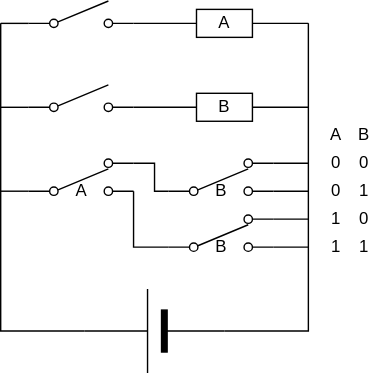
Earlier version of the draw.io export Lab/Computer/RelayComputer/Day3_RelayLogic/img/MUX.dio.svg (amane-uehara/kanade-k-1228.github.io). Source tidied: cells renumbered, new cells last; positions are measured from the earlier drawing's top-left corner, leaving out a move shared by most shapes.
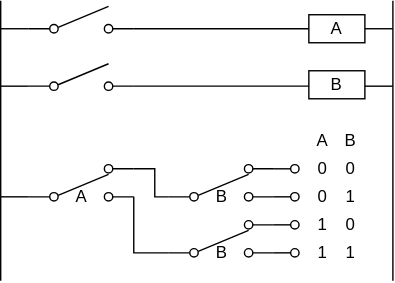
Above is the later version.

What changed in the source:
```diff
@@ -3,33 +3,14 @@
     <mxCell id="0" />
     <mxCell id="1" parent="0" />
     <mxCell id="2" value="A" style="rounded=0;whiteSpace=wrap;html=1;" parent="1" vertex="1">
-      <mxGeometry x="140" y="6" width="40" height="20" as="geometry" />
+      <mxGeometry x="220" y="6" width="40" height="20" as="geometry" />
     </mxCell>
     <mxCell id="3" style="verticalLabelPosition=bottom;shadow=0;dashed=0;align=center;html=1;verticalAlign=top;shape=mxgraph.electrical.electro-mechanical.2-way_switch;direction=east;" parent="1" vertex="1">
       <mxGeometry x="20" y="113" width="75" height="26" as="geometry" />
     </mxCell>
-    <mxCell id="4" style="endArrow=none;html=1;exitX=0;exitY=0.5;exitDx=0;exitDy=0;exitPerimeter=0;rounded=0;" parent="1" edge="1" source="7">
-      <mxGeometry relative="1" as="geometry">
-        <mxPoint x="220" y="16" as="targetPoint" />
-        <Array as="points">
-          <mxPoint x="220" y="236" />
-        </Array>
-      </mxGeometry>
-    </mxCell>
     <mxCell id="5" value="B" style="rounded=0;whiteSpace=wrap;html=1;" parent="1" vertex="1">
-      <mxGeometry x="140" y="66" width="40" height="20" as="geometry" />
+      <mxGeometry x="220" y="46" width="40" height="20" as="geometry" />
     </mxCell>
-    <mxCell id="6" style="endArrow=none;html=1;exitX=1;exitY=0.5;exitDx=0;exitDy=0;exitPerimeter=0;rounded=0;" parent="1" edge="1" source="7">
-      <mxGeometry relative="1" as="geometry">
-        <mxPoint y="16" as="targetPoint" />
-        <Array as="points">
-          <mxPoint y="236" />
-        </Array>
-      </mxGeometry>
-    </mxCell>
-    <mxCell id="7" style="verticalLabelPosition=bottom;shadow=0;dashed=0;align=center;fillColor=#000000;html=1;verticalAlign=top;strokeWidth=1;shape=mxgraph.electrical.miscellaneous.monocell_battery;direction=west;" parent="1" vertex="1">
-      <mxGeometry x="60" y="206" width="100" height="60" as="geometry" />
-    </mxCell>
     <mxCell id="8" value="A" style="text;html=1;strokeColor=none;fillColor=none;align=center;verticalAlign=middle;whiteSpace=wrap;rounded=0;" parent="1" vertex="1">
       <mxGeometry x="48" y="126" width="20" height="20" as="geometry" />
     </mxCell>
@@ -37,37 +18,37 @@
       <mxGeometry x="20" width="75" height="19" as="geometry" />
     </mxCell>
     <mxCell id="10" value="A" style="text;html=1;strokeColor=none;fillColor=none;align=center;verticalAlign=middle;whiteSpace=wrap;rounded=0;" parent="1" vertex="1">
-      <mxGeometry x="230" y="86" width="20" height="20" as="geometry" />
+      <mxGeometry x="220" y="86" width="20" height="20" as="geometry" />
     </mxCell>
     <mxCell id="11" value="B" style="text;html=1;strokeColor=none;fillColor=none;align=center;verticalAlign=middle;whiteSpace=wrap;rounded=0;" parent="1" vertex="1">
-      <mxGeometry x="250" y="86" width="20" height="20" as="geometry" />
+      <mxGeometry x="240" y="86" width="20" height="20" as="geometry" />
     </mxCell>
     <mxCell id="12" value="1" style="text;html=1;strokeColor=none;fillColor=none;align=center;verticalAlign=middle;whiteSpace=wrap;rounded=0;" parent="1" vertex="1">
-      <mxGeometry x="230" y="166" width="20" height="20" as="geometry" />
+      <mxGeometry x="220" y="166" width="20" height="20" as="geometry" />
     </mxCell>
     <mxCell id="13" value="1" style="text;html=1;strokeColor=none;fillColor=none;align=center;verticalAlign=middle;whiteSpace=wrap;rounded=0;" parent="1" vertex="1">
-      <mxGeometry x="250" y="126" width="20" height="20" as="geometry" />
+      <mxGeometry x="240" y="126" width="20" height="20" as="geometry" />
     </mxCell>
     <mxCell id="14" value="0" style="text;html=1;strokeColor=none;fillColor=none;align=center;verticalAlign=middle;whiteSpace=wrap;rounded=0;" parent="1" vertex="1">
-      <mxGeometry x="250" y="146" width="20" height="20" as="geometry" />
+      <mxGeometry x="240" y="146" width="20" height="20" as="geometry" />
     </mxCell>
     <mxCell id="15" value="0" style="text;html=1;strokeColor=none;fillColor=none;align=center;verticalAlign=middle;whiteSpace=wrap;rounded=0;" parent="1" vertex="1">
-      <mxGeometry x="250" y="106" width="20" height="20" as="geometry" />
+      <mxGeometry x="240" y="106" width="20" height="20" as="geometry" />
     </mxCell>
     <mxCell id="16" value="1" style="text;html=1;strokeColor=none;fillColor=none;align=center;verticalAlign=middle;whiteSpace=wrap;rounded=0;" parent="1" vertex="1">
-      <mxGeometry x="250" y="166" width="20" height="20" as="geometry" />
+      <mxGeometry x="240" y="166" width="20" height="20" as="geometry" />
     </mxCell>
     <mxCell id="17" value="1" style="text;html=1;strokeColor=none;fillColor=none;align=center;verticalAlign=middle;whiteSpace=wrap;rounded=0;" parent="1" vertex="1">
-      <mxGeometry x="230" y="146" width="20" height="20" as="geometry" />
+      <mxGeometry x="220" y="146" width="20" height="20" as="geometry" />
     </mxCell>
     <mxCell id="18" value="0" style="text;html=1;strokeColor=none;fillColor=none;align=center;verticalAlign=middle;whiteSpace=wrap;rounded=0;" parent="1" vertex="1">
-      <mxGeometry x="230" y="126" width="20" height="20" as="geometry" />
+      <mxGeometry x="220" y="126" width="20" height="20" as="geometry" />
     </mxCell>
     <mxCell id="19" value="0" style="text;html=1;strokeColor=none;fillColor=none;align=center;verticalAlign=middle;whiteSpace=wrap;rounded=0;" parent="1" vertex="1">
-      <mxGeometry x="230" y="106" width="20" height="20" as="geometry" />
+      <mxGeometry x="220" y="106" width="20" height="20" as="geometry" />
     </mxCell>
     <mxCell id="20" style="verticalLabelPosition=bottom;shadow=0;dashed=0;align=center;html=1;verticalAlign=top;shape=mxgraph.electrical.electro-mechanical.simple_switch;direction=east;" parent="1" vertex="1">
-      <mxGeometry x="20" y="60" width="75" height="19" as="geometry" />
+      <mxGeometry x="20" y="41" width="75" height="19" as="geometry" />
     </mxCell>
     <mxCell id="21" style="verticalLabelPosition=bottom;shadow=0;dashed=0;align=center;html=1;verticalAlign=top;shape=mxgraph.electrical.electro-mechanical.2-way_switch;direction=east;" parent="1" vertex="1">
       <mxGeometry x="120" y="153" width="75" height="26" as="geometry" />
@@ -89,8 +70,8 @@
     </mxCell>
     <mxCell id="26" style="endArrow=none;html=1;" parent="1" edge="1">
       <mxGeometry relative="1" as="geometry">
-        <mxPoint y="76" as="sourcePoint" />
-        <mxPoint x="20" y="76" as="targetPoint" />
+        <mxPoint y="57" as="sourcePoint" />
+        <mxPoint x="20" y="57" as="targetPoint" />
       </mxGeometry>
     </mxCell>
     <mxCell id="27" style="endArrow=none;html=1;" parent="1" edge="1">
@@ -108,10 +89,10 @@
         </Array>
       </mxGeometry>
     </mxCell>
-    <mxCell id="29" style="endArrow=none;html=1;" parent="1" edge="1">
+    <mxCell id="29" style="endArrow=oval;html=1;endFill=0;" parent="1" edge="1">
       <mxGeometry relative="1" as="geometry">
         <mxPoint x="195" y="116" as="sourcePoint" />
-        <mxPoint x="220" y="116" as="targetPoint" />
+        <mxPoint x="210" y="116" as="targetPoint" />
       </mxGeometry>
     </mxCell>
     <mxCell id="30" style="endArrow=none;html=1;rounded=0;" parent="1" edge="1">
@@ -123,47 +104,59 @@
         </Array>
       </mxGeometry>
     </mxCell>
-    <mxCell id="31" style="endArrow=none;html=1;" parent="1" edge="1">
+    <mxCell id="31" style="endArrow=oval;html=1;endFill=0;" parent="1" edge="1">
       <mxGeometry relative="1" as="geometry">
         <mxPoint x="195" y="136" as="sourcePoint" />
-        <mxPoint x="220" y="136" as="targetPoint" />
+        <mxPoint x="210" y="136" as="targetPoint" />
       </mxGeometry>
     </mxCell>
-    <mxCell id="32" style="endArrow=none;html=1;" parent="1" edge="1">
+    <mxCell id="32" style="endArrow=oval;html=1;endFill=0;" parent="1" edge="1">
       <mxGeometry relative="1" as="geometry">
         <mxPoint x="195" y="156" as="sourcePoint" />
-        <mxPoint x="220" y="156" as="targetPoint" />
+        <mxPoint x="210" y="156" as="targetPoint" />
       </mxGeometry>
     </mxCell>
-    <mxCell id="33" style="endArrow=none;html=1;" parent="1" edge="1">
+    <mxCell id="33" style="endArrow=oval;html=1;endFill=0;" parent="1" edge="1">
       <mxGeometry relative="1" as="geometry">
         <mxPoint x="195" y="176" as="sourcePoint" />
-        <mxPoint x="220" y="176" as="targetPoint" />
+        <mxPoint x="210" y="176" as="targetPoint" />
       </mxGeometry>
     </mxCell>
     <mxCell id="34" style="endArrow=none;html=1;" parent="1" edge="1">
       <mxGeometry relative="1" as="geometry">
         <mxPoint x="95" y="16" as="sourcePoint" />
-        <mxPoint x="140" y="16" as="targetPoint" />
+        <mxPoint x="220" y="16" as="targetPoint" />
       </mxGeometry>
     </mxCell>
     <mxCell id="35" style="endArrow=none;html=1;" parent="1" edge="1">
       <mxGeometry relative="1" as="geometry">
-        <mxPoint x="95" y="76" as="sourcePoint" />
-        <mxPoint x="140" y="76" as="targetPoint" />
+        <mxPoint x="95" y="57" as="sourcePoint" />
+        <mxPoint x="220" y="57" as="targetPoint" />
       </mxGeometry>
     </mxCell>
     <mxCell id="36" style="endArrow=none;html=1;" parent="1" edge="1">
       <mxGeometry relative="1" as="geometry">
-        <mxPoint x="180" y="16" as="sourcePoint" />
-        <mxPoint x="220" y="16" as="targetPoint" />
+        <mxPoint x="260" y="16" as="sourcePoint" />
+        <mxPoint x="280" y="16" as="targetPoint" />
       </mxGeometry>
     </mxCell>
     <mxCell id="37" style="endArrow=none;html=1;" parent="1" edge="1">
       <mxGeometry relative="1" as="geometry">
-        <mxPoint x="180" y="76" as="sourcePoint" />
-        <mxPoint x="220" y="76" as="targetPoint" />
+        <mxPoint x="260" y="57" as="sourcePoint" />
+        <mxPoint x="280" y="57" as="targetPoint" />
       </mxGeometry>
     </mxCell>
+    <mxCell id="38" style="endArrow=none;html=1;" parent="1" edge="1">
+      <mxGeometry relative="1" as="geometry">
+        <mxPoint y="196" as="sourcePoint" />
+        <mxPoint y="-4" as="targetPoint" />
+      </mxGeometry>
+    </mxCell>
+    <mxCell id="39" style="endArrow=none;html=1;" parent="1" edge="1">
+      <mxGeometry relative="1" as="geometry">
+        <mxPoint x="280" y="196" as="sourcePoint" />
+        <mxPoint x="280" y="-4" as="targetPoint" />
+      </mxGeometry>
+    </mxCell>
   </root>
 </mxGraphModel>
```
